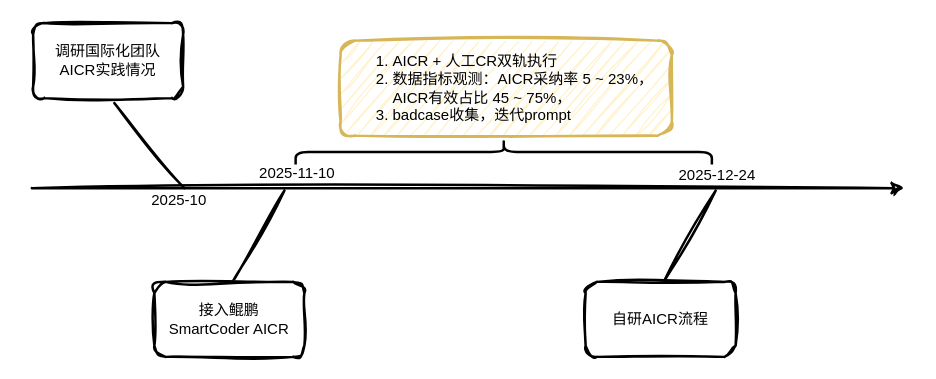
Zsynuting/diagram keeps this draw.io diagram as aicr-3-process.drawio. Above is the earlier version. Source tidied: cells renumbered, new cells numbered last; positions are measured from the earlier drawing's top-left corner, leaving out a move shared by most shapes. Both pictures are drawn from the tidied source at 125%, with x=0, y=0 at pixel (31, -58).
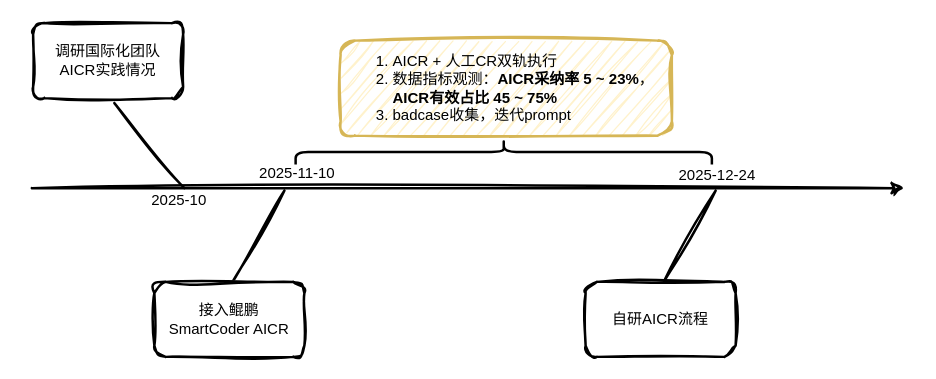
The same page after the edit.

Change to the diagram source:
```diff
@@
 <mxGraphModel>
   <root>
     <mxCell id="0" />
     <mxCell id="1" parent="0" />
     <mxCell id="2" style="endArrow=classic;html=1;rounded=0;strokeWidth=2;sketch=1;curveFitting=1;jiggle=2;" parent="1" edge="1">
       <mxGeometry relative="1" as="geometry">
         <mxPoint y="196" as="sourcePoint" />
         <mxPoint x="698" y="196" as="targetPoint" />
       </mxGeometry>
     </mxCell>
     <mxCell id="3" style="endArrow=none;html=1;rounded=0;strokeWidth=2;sketch=1;curveFitting=1;jiggle=2;" parent="1" edge="1">
       <mxGeometry relative="1" as="geometry">
         <mxPoint x="122" y="196" as="sourcePoint" />
         <mxPoint x="66" y="128" as="targetPoint" />
       </mxGeometry>
     </mxCell>
     <mxCell id="4" style="endArrow=none;html=1;rounded=0;strokeWidth=2;sketch=1;curveFitting=1;jiggle=2;" parent="1" edge="1">
       <mxGeometry relative="1" as="geometry">
         <mxPoint x="160" y="272" as="sourcePoint" />
         <mxPoint x="202" y="198" as="targetPoint" />
       </mxGeometry>
     </mxCell>
     <mxCell id="5" value="调研国际化团队&lt;div&gt;AICR实践情况&lt;/div&gt;" style="rounded=1;whiteSpace=wrap;html=1;strokeWidth=2;sketch=1;curveFitting=1;jiggle=2;" parent="1" vertex="1">
       <mxGeometry x="1" y="64" width="120" height="60" as="geometry" />
     </mxCell>
     <mxCell id="6" value="接入鲲鹏&lt;div&gt;SmartCoder AICR&lt;/div&gt;" style="rounded=1;whiteSpace=wrap;html=1;strokeWidth=2;sketch=1;curveFitting=1;jiggle=2;" parent="1" vertex="1">
       <mxGeometry x="98" y="271" width="120" height="60" as="geometry" />
     </mxCell>
-    <mxCell id="7" value="&lt;ol&gt;&lt;li&gt;AICR + 人工CR双轨执行&lt;br&gt;&lt;/li&gt;&lt;li&gt;数据指标观测：AICR采纳率 5 ~ 23%，AICR有效占比 45 ~ 75%，&lt;/li&gt;&lt;li&gt;badcase收集，迭代prompt&lt;/li&gt;&lt;/ol&gt;" style="rounded=1;whiteSpace=wrap;html=1;strokeWidth=2;sketch=1;curveFitting=1;jiggle=2;align=left;fillColor=#fff2cc;strokeColor=#d6b656;" parent="1" vertex="1">
+    <mxCell id="7" value="&lt;ol&gt;&lt;li&gt;AICR + 人工CR双轨执行&lt;br&gt;&lt;/li&gt;&lt;li&gt;数据指标观测：&lt;b&gt;AICR采纳率 5 ~ 23%&lt;/b&gt;，&lt;b&gt;AICR有效占比 45 ~ 75%&lt;/b&gt;&lt;/li&gt;&lt;li&gt;badcase收集，迭代prompt&lt;/li&gt;&lt;/ol&gt;" style="rounded=1;whiteSpace=wrap;html=1;strokeWidth=2;sketch=1;curveFitting=1;jiggle=2;align=left;fillColor=#fff2cc;strokeColor=#d6b656;" parent="1" vertex="1">
       <mxGeometry x="247" y="78" width="265" height="76" as="geometry" />
     </mxCell>
     <mxCell id="8" value="2025-10" style="text;html=1;whiteSpace=wrap;strokeColor=none;fillColor=none;align=center;verticalAlign=middle;rounded=0;" parent="1" vertex="1">
       <mxGeometry x="88" y="191" width="60" height="30" as="geometry" />
     </mxCell>
     <mxCell id="9" value="2025-11-10" style="text;html=1;whiteSpace=wrap;strokeColor=none;fillColor=none;align=center;verticalAlign=middle;rounded=0;" parent="1" vertex="1">
       <mxGeometry x="174" y="169" width="77" height="30" as="geometry" />
     </mxCell>
     <mxCell id="10" style="shape=curlyBracket;whiteSpace=wrap;html=1;rounded=1;labelPosition=left;verticalLabelPosition=middle;align=right;verticalAlign=middle;strokeWidth=2;rotation=90;" parent="1" vertex="1">
       <mxGeometry x="367.5" y="0.5" width="20" height="333" as="geometry" />
     </mxCell>
     <mxCell id="11" value="2025-12-24" style="text;html=1;whiteSpace=wrap;strokeColor=none;fillColor=none;align=center;verticalAlign=middle;rounded=0;" parent="1" vertex="1">
       <mxGeometry x="510" y="171" width="77" height="30" as="geometry" />
     </mxCell>
     <mxCell id="12" style="endArrow=none;html=1;rounded=0;strokeWidth=2;sketch=1;curveFitting=1;jiggle=2;" parent="1" edge="1">
       <mxGeometry relative="1" as="geometry">
         <mxPoint x="505" y="272" as="sourcePoint" />
         <mxPoint x="547" y="198" as="targetPoint" />
       </mxGeometry>
     </mxCell>
     <mxCell id="13" value="自研AICR流程" style="rounded=1;whiteSpace=wrap;html=1;strokeWidth=2;sketch=1;curveFitting=1;jiggle=2;" parent="1" vertex="1">
       <mxGeometry x="443" y="271" width="120" height="60" as="geometry" />
     </mxCell>
   </root>
 </mxGraphModel>
```
